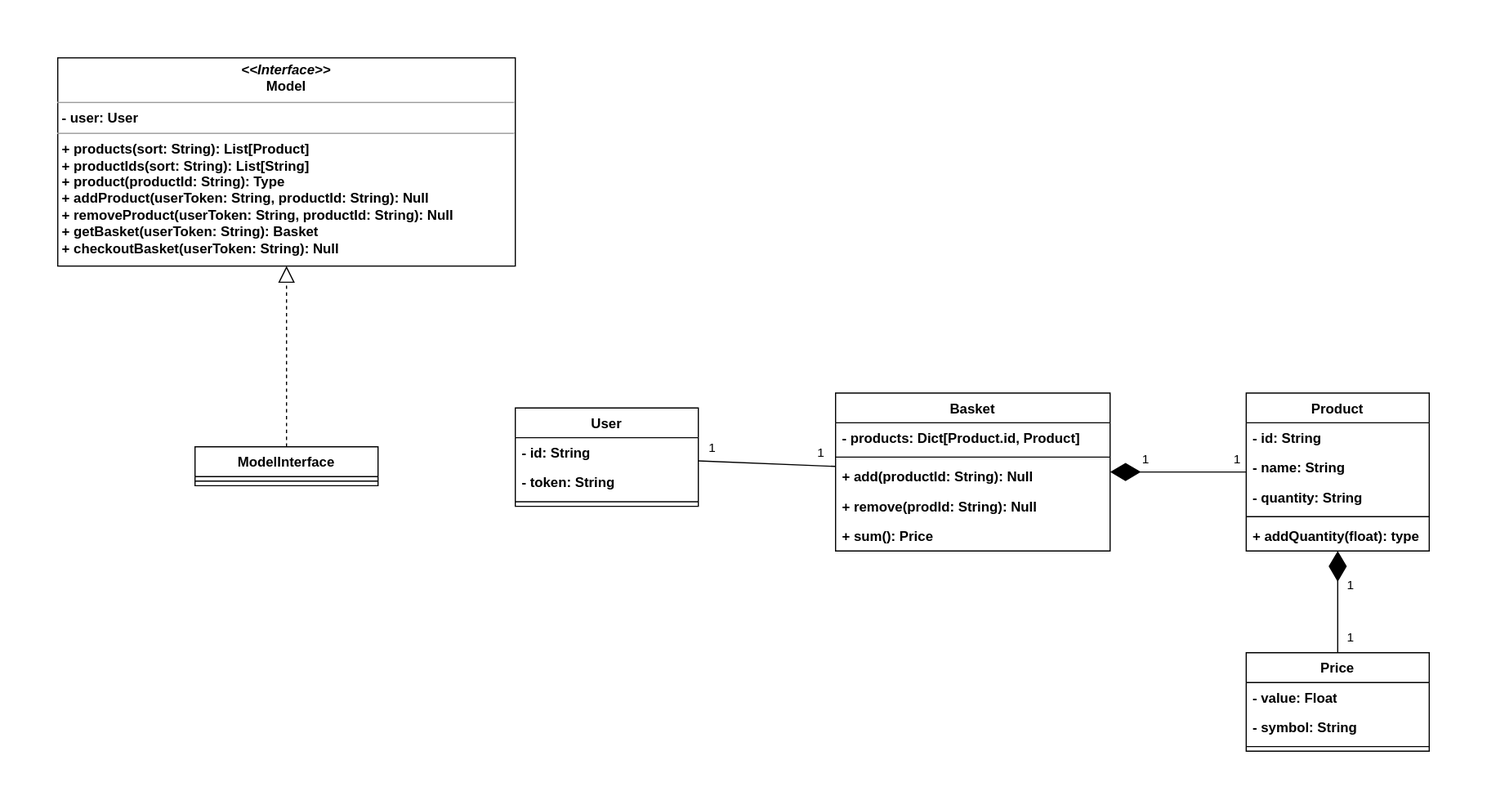
Above: doc/resources/class-diagram.drawio.svg in israel-meiresonne/e-shop-1-backend (draw.io), before the change. Source tidied: cells renumbered, new cells last; positions are measured from the earlier drawing's top-left corner, leaving out a move shared by most shapes.
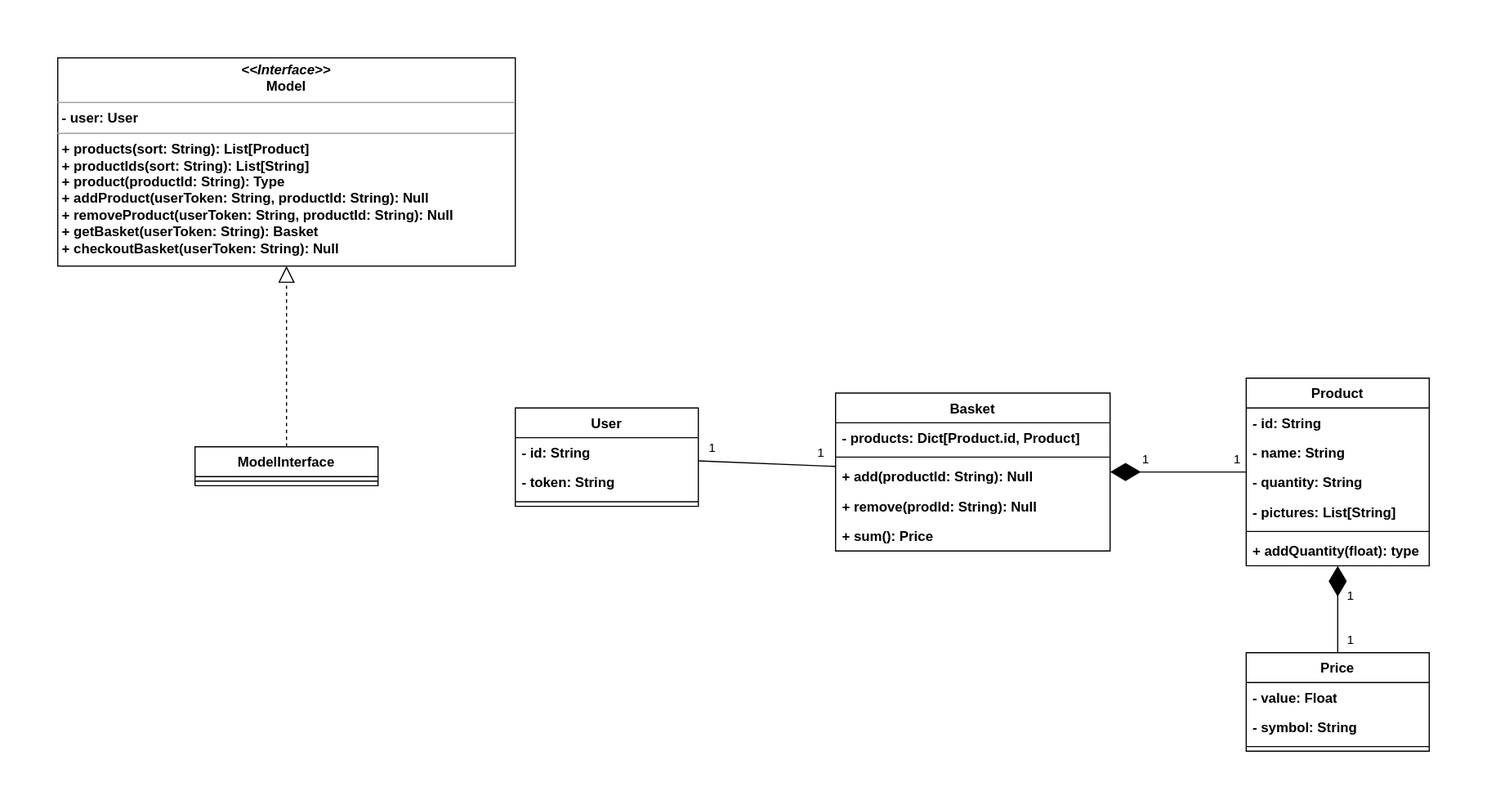
After the commit.

Commit message:
doc: add picture for products in class and erd diagrams

What changed in the source:
```diff
@@ -36,7 +36,7 @@
       <mxGeometry y="112" width="240" height="26" as="geometry" />
     </mxCell>
     <mxCell id="13" value="Product" style="swimlane;fontStyle=1;align=center;verticalAlign=top;horizontal=1;startSize=26;whiteSpace=wrap;html=1;" parent="1" vertex="1">
-      <mxGeometry x="1039" y="293" width="160" height="138" as="geometry" />
+      <mxGeometry x="1039" y="280" width="160" height="164" as="geometry" />
     </mxCell>
     <mxCell id="14" value="- id: String" style="text;strokeColor=none;fillColor=none;align=left;verticalAlign=top;spacingLeft=4;spacingRight=4;overflow=hidden;whiteSpace=wrap;html=1;fontStyle=1;" parent="13" vertex="1">
       <mxGeometry y="26" width="160" height="26" as="geometry" />
@@ -47,11 +47,14 @@
     <mxCell id="16" value="- quantity: String" style="text;strokeColor=none;fillColor=none;align=left;verticalAlign=top;spacingLeft=4;spacingRight=4;overflow=hidden;whiteSpace=wrap;html=1;fontStyle=1;" parent="13" vertex="1">
       <mxGeometry y="78" width="160" height="26" as="geometry" />
     </mxCell>
+    <mxCell id="35" value="- pictures: List[String]" style="text;strokeColor=none;fillColor=none;align=left;verticalAlign=top;spacingLeft=4;spacingRight=4;overflow=hidden;whiteSpace=wrap;html=1;fontStyle=1;" parent="13" vertex="1">
+      <mxGeometry y="104" width="160" height="26" as="geometry" />
+    </mxCell>
     <mxCell id="17" style="line;strokeWidth=1;fillColor=none;align=left;verticalAlign=middle;spacingTop=-1;spacingLeft=3;spacingRight=3;labelPosition=right;strokeColor=inherit;" parent="13" vertex="1">
-      <mxGeometry y="104" width="160" height="8" as="geometry" />
+      <mxGeometry y="130" width="160" height="8" as="geometry" />
     </mxCell>
     <mxCell id="18" value="+ addQuantity(float): type" style="text;strokeColor=none;fillColor=none;align=left;verticalAlign=top;spacingLeft=4;spacingRight=4;overflow=hidden;whiteSpace=wrap;html=1;fontStyle=1;" parent="13" vertex="1">
-      <mxGeometry y="112" width="160" height="26" as="geometry" />
+      <mxGeometry y="138" width="160" height="26" as="geometry" />
     </mxCell>
     <mxCell id="19" style="endArrow=none;html=1;rounded=0;" parent="1" edge="1" source="2" target="7">
       <mxGeometry relative="1" as="geometry" />
```
